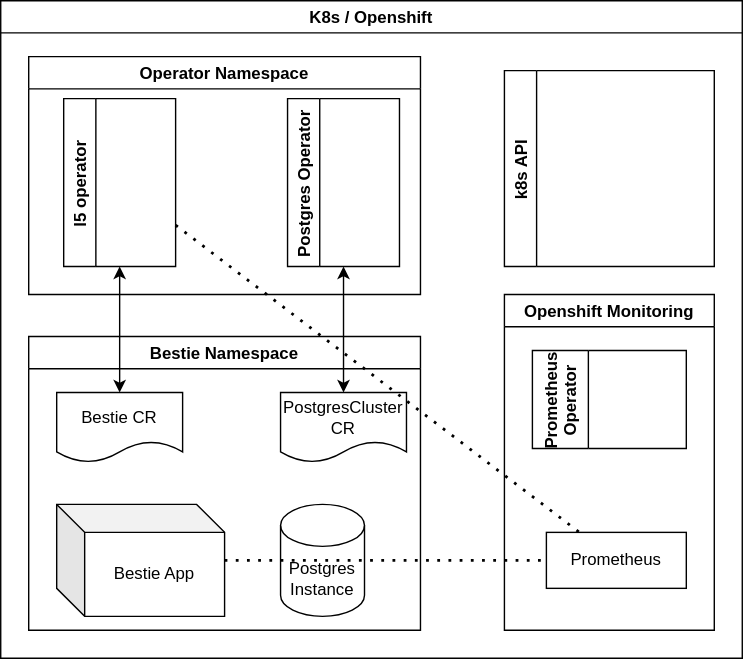
Above: docs/hld.svg in opdev/l5-operator-demo (draw.io), before the change. Source tidied: cells renumbered, new cells last; positions are measured from the earlier drawing's top-left corner, leaving out a move shared by most shapes.
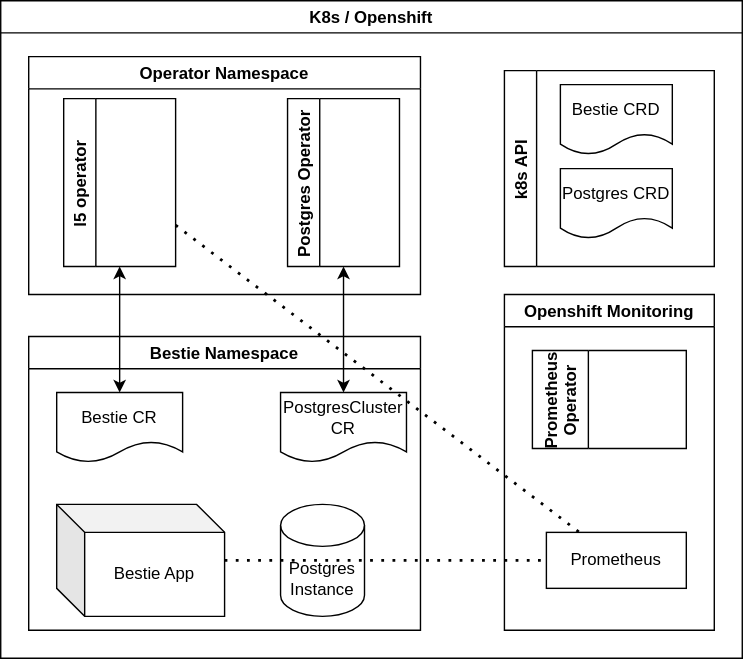
Later version of the same file.

What changed in the source:
```diff
@@ -53,5 +53,11 @@
     <mxCell id="18" value="k8s API" style="swimlane;horizontal=0;" parent="2" vertex="1">
       <mxGeometry x="360" y="50" width="150" height="140" as="geometry" />
     </mxCell>
+    <mxCell id="19" value="Bestie CRD" style="shape=document;whiteSpace=wrap;html=1;boundedLbl=1;" parent="18" vertex="1">
+      <mxGeometry x="40" y="10" width="80" height="50" as="geometry" />
+    </mxCell>
+    <mxCell id="20" value="Postgres CRD" style="shape=document;whiteSpace=wrap;html=1;boundedLbl=1;" parent="18" vertex="1">
+      <mxGeometry x="40" y="70" width="80" height="50" as="geometry" />
+    </mxCell>
   </root>
 </mxGraphModel>
```
